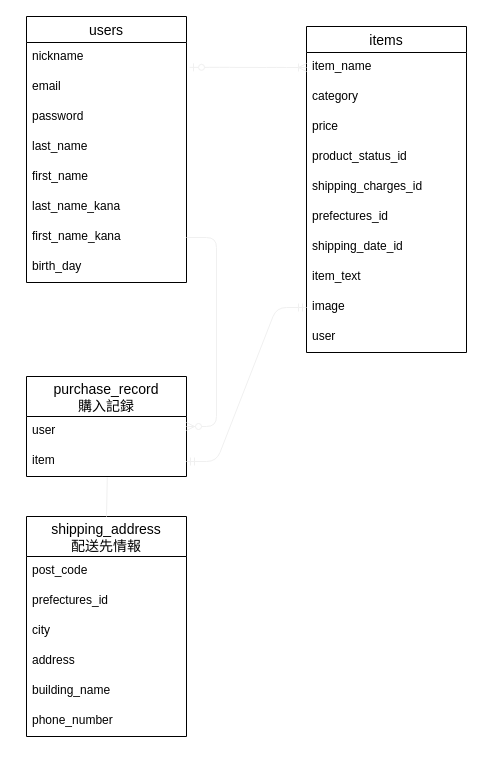
This is furima.dio from yoshi-1023/furima-35059, a draw.io file, before an edit. Source tidied: cells renumbered, new cells numbered last; positions are measured from the earlier drawing's top-left corner, leaving out a move shared by most shapes. Both pictures are drawn from the tidied source at 100%, with x=0, y=0 at pixel (26, 16).
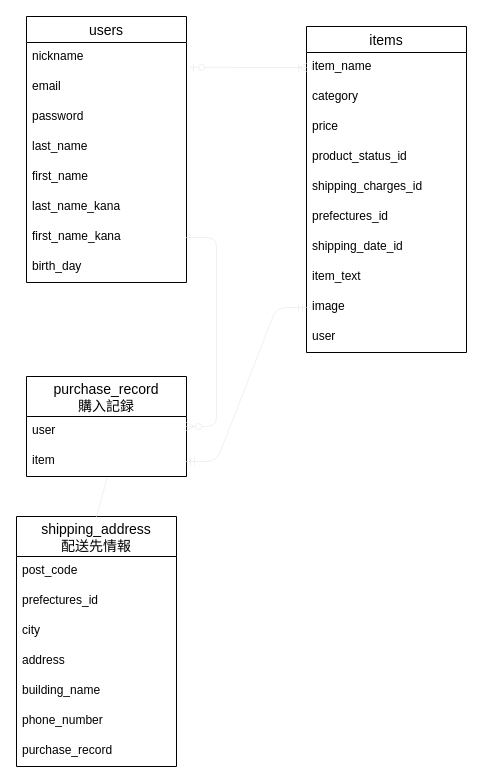
The same page after the edit.

Commit message (it also covers changes not shown here):
er図、READMEの変更

Change to the diagram source:
```diff
@@
     <mxCell id="13" value="shipping_address&#10;配送先情報" style="swimlane;fontStyle=0;horizontal=1;startSize=40;align=center;fontSize=14;" parent="1" vertex="1">
-      <mxGeometry y="500" width="160" height="220" as="geometry" />
+      <mxGeometry x="-10" y="500" width="160" height="250" as="geometry" />
     </mxCell>
@@
+    <mxCell id="36" value="purchase_record" style="text;strokeColor=none;fillColor=none;spacingLeft=4;spacingRight=4;overflow=hidden;fontSize=12;" parent="13" vertex="1">
+      <mxGeometry y="220" width="160" height="30" as="geometry" />
+    </mxCell>
```
